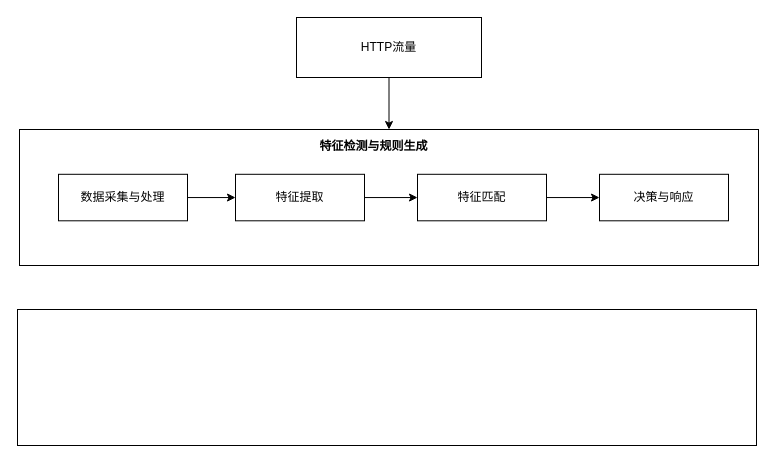
HurryUpWb/pdf keeps this draw.io diagram as 特征工程flow.drawio. Above is the earlier version. Source tidied: cells renumbered, new cells numbered last; positions are measured from the earlier drawing's top-left corner, leaving out a move shared by most shapes. Both pictures are drawn from the tidied source at 100%, with x=0, y=0 at pixel (17, 17).
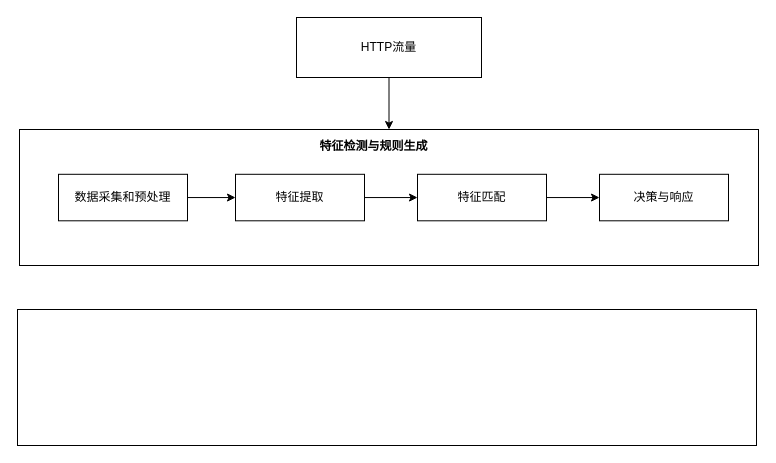
The same diagram, later.

Commit message:
更新特征工程flow.drawio

What changed in the source:
```diff
@@
 <mxGraphModel>
   <root>
     <mxCell id="0" />
     <mxCell id="1" parent="0" />
     <mxCell id="2" style="edgeStyle=orthogonalEdgeStyle;rounded=0;jettySize=auto;html=1;" parent="1" edge="1" source="3" target="4">
       <mxGeometry relative="1" as="geometry" />
     </mxCell>
     <mxCell id="3" value="HTTP流量" style="rounded=0;whiteSpace=wrap;html=1;" parent="1" vertex="1">
       <mxGeometry x="279" width="185" height="60" as="geometry" />
     </mxCell>
     <mxCell id="4" style="whiteSpace=wrap;html=1;rounded=0;" parent="1" vertex="1">
       <mxGeometry x="2" y="112" width="739" height="136" as="geometry" />
     </mxCell>
     <mxCell id="5" style="edgeStyle=orthogonalEdgeStyle;rounded=0;jettySize=auto;html=1;" parent="1" edge="1" source="6" target="9">
       <mxGeometry relative="1" as="geometry" />
     </mxCell>
-    <mxCell id="6" value="&lt;font face=&quot;Helvetica&quot;&gt;数据采集与处理&lt;/font&gt;" style="rounded=0;whiteSpace=wrap;html=1;" parent="1" vertex="1">
+    <mxCell id="6" value="&lt;font face=&quot;Helvetica&quot;&gt;数据采集和预处理&lt;/font&gt;" style="rounded=0;whiteSpace=wrap;html=1;" parent="1" vertex="1">
       <mxGeometry x="41" y="156.8" width="129" height="46.5" as="geometry" />
     </mxCell>
     <mxCell id="7" value="&lt;b&gt;特征检测与规则生成&lt;/b&gt;" style="text;html=1;whiteSpace=wrap;overflow=hidden;rounded=0;align=center;" parent="1" vertex="1">
       <mxGeometry x="245" y="115" width="223" height="26" as="geometry" />
     </mxCell>
     <mxCell id="8" style="edgeStyle=orthogonalEdgeStyle;rounded=0;jettySize=auto;html=1;" parent="1" edge="1" source="9" target="11">
       <mxGeometry relative="1" as="geometry" />
     </mxCell>
     <mxCell id="9" value="&lt;p class=&quot;MsoNormal&quot;&gt;特征提取&lt;/p&gt;" style="rounded=0;whiteSpace=wrap;html=1;" parent="1" vertex="1">
       <mxGeometry x="218" y="156.8" width="129" height="46.5" as="geometry" />
     </mxCell>
     <mxCell id="10" style="edgeStyle=orthogonalEdgeStyle;rounded=0;jettySize=auto;html=1;" parent="1" edge="1" source="11" target="12">
       <mxGeometry relative="1" as="geometry" />
     </mxCell>
     <mxCell id="11" value="特征匹配" style="rounded=0;whiteSpace=wrap;html=1;" parent="1" vertex="1">
       <mxGeometry x="400" y="156.8" width="129" height="46.5" as="geometry" />
     </mxCell>
     <mxCell id="12" value="决策与响应" style="rounded=0;whiteSpace=wrap;html=1;" parent="1" vertex="1">
       <mxGeometry x="582" y="156.8" width="129" height="46.5" as="geometry" />
     </mxCell>
     <mxCell id="13" style="whiteSpace=wrap;html=1;rounded=0;" parent="1" vertex="1">
       <mxGeometry y="292" width="739" height="136" as="geometry" />
     </mxCell>
   </root>
 </mxGraphModel>
```
